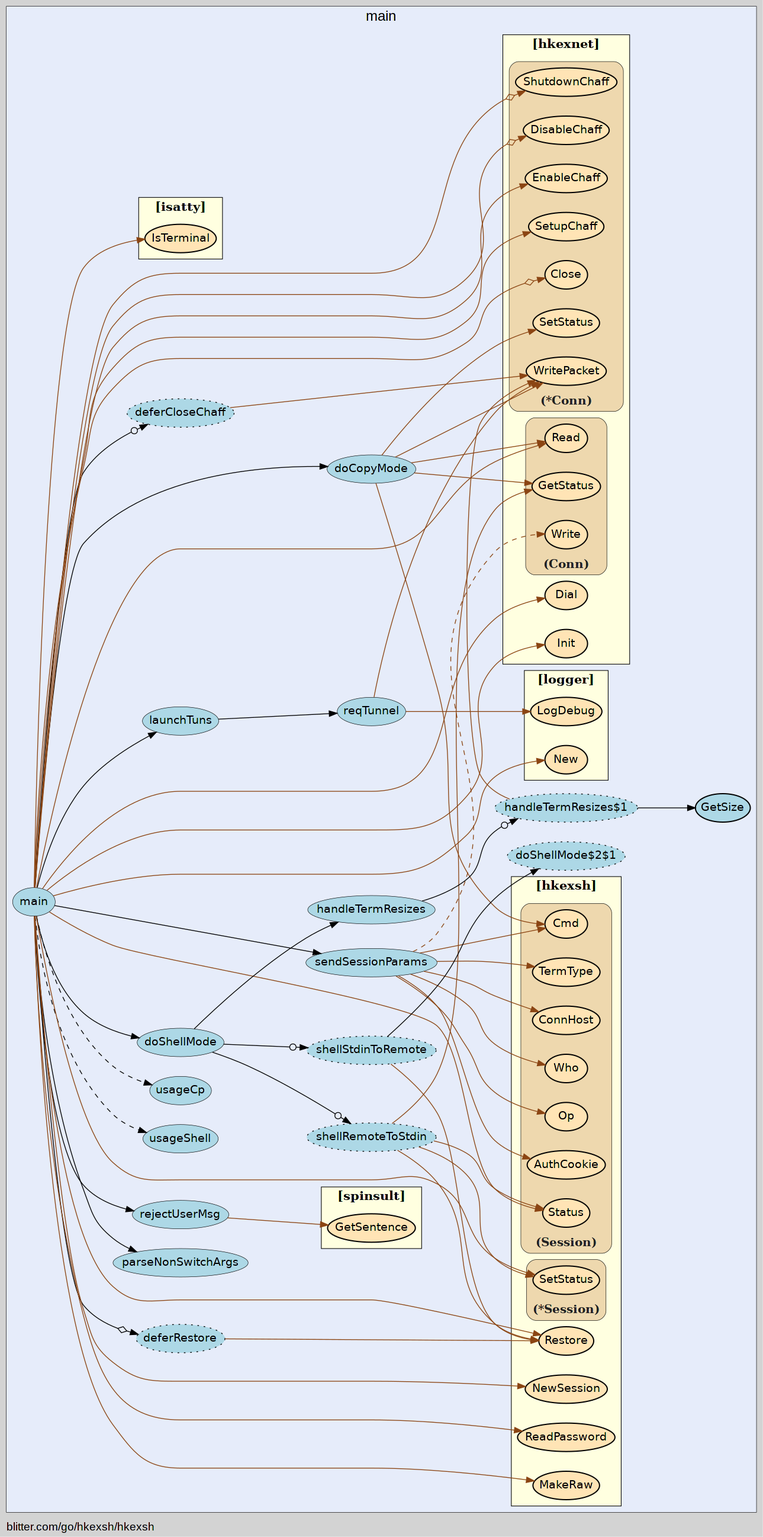
Above: hkexsh/hkexsh-vis.gv.png in isgasho/xs (Graphviz), before the change. Its source is kept beside it as hkexsh/hkexsh-vis.gv.
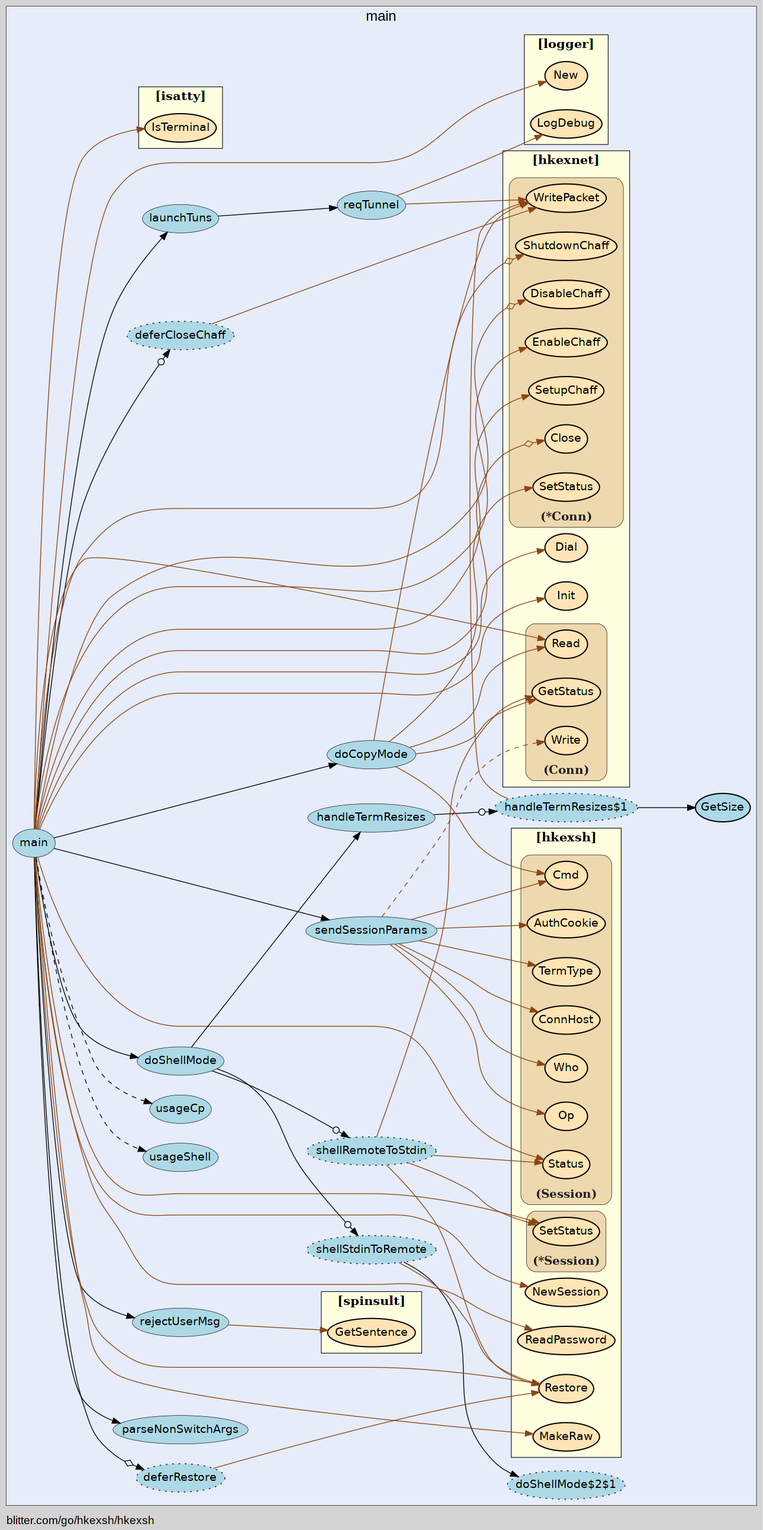
The same diagram one commit later.

Commit message:
Fixed mis-named goroutine in doShellMode

Diff of the diagram source:
```diff
@@ -16,25 +16,25 @@
     subgraph "cluster_focus" {
-        bgcolor="#e6ecfa";
+        labeljust="c";
+fontsize="18";
+bgcolor="#e6ecfa";
 label="main";
 labelloc="t";
-labeljust="c";
-fontsize="18";
 
+        "blitter.com/go/hkexsh/hkexsh.doShellMode$2" [ style="dotted,filled" fillcolor="lightblue" label="shellStdinToRemote" ]
+        "blitter.com/go/hkexsh/hkexsh.doShellMode$2$1" [ fillcolor="lightblue" label="doShellMode$2$1" style="dotted,filled" ]
+        "blitter.com/go/hkexsh/hkexsh.main$2" [ fillcolor="lightblue" label="deferCloseChaff" style="dotted,filled" ]
+        "blitter.com/go/hkexsh/hkexsh.main" [ fillcolor="lightblue" label="main" penwidth="0.5" ]
+        "blitter.com/go/hkexsh/hkexsh.parseNonSwitchArgs" [ fillcolor="lightblue" label="parseNonSwitchArgs" penwidth="0.5" ]
+        "blitter.com/go/hkexsh/hkexsh.main$1" [ style="dotted,filled" fillcolor="lightblue" label="deferRestore" ]
+        "blitter.com/go/hkexsh/hkexsh.sendSessionParams" [ fillcolor="lightblue" label="sendSessionParams" penwidth="0.5" ]
+        "blitter.com/go/hkexsh/hkexsh.rejectUserMsg" [ label="rejectUserMsg" penwidth="0.5" fillcolor="lightblue" ]
         "blitter.com/go/hkexsh/hkexsh.reqTunnel" [ fillcolor="lightblue" label="reqTunnel" penwidth="0.5" ]
-        "blitter.com/go/hkexsh/hkexsh.launchTuns" [ fillcolor="lightblue" label="launchTuns" penwidth="0.5" ]
-        "blitter.com/go/hkexsh/hkexsh.sendSessionParams" [ label="sendSessionParams" penwidth="0.5" fillcolor="lightblue" ]
-        "blitter.com/go/hkexsh/hkexsh.main$1" [ label="deferRestore" style="dotted,filled" fillcolor="lightblue" ]
-        "blitter.com/go/hkexsh/hkexsh.main$2" [ label="deferCloseChaff" style="dotted,filled" fillcolor="lightblue" ]
-        "blitter.com/go/hkexsh/hkexsh.doCopyMode" [ fillcolor="lightblue" label="doCopyMode" penwidth="0.5" ]
-        "blitter.com/go/hkexsh/hkexsh.main" [ label="main" penwidth="0.5" fillcolor="lightblue" ]
-        "blitter.com/go/hkexsh/hkexsh.parseNonSwitchArgs" [ fillcolor="lightblue" label="parseNonSwitchArgs" penwidth="0.5" ]
-        "blitter.com/go/hkexsh/hkexsh.rejectUserMsg" [ penwidth="0.5" fillcolor="lightblue" label="rejectUserMsg" ]
-        "blitter.com/go/hkexsh/hkexsh.doShellMode$1" [ fillcolor="lightblue" label="shellRemoteToStdin" style="dotted,filled" ]
+        "blitter.com/go/hkexsh/hkexsh.launchTuns" [ penwidth="0.5" fillcolor="lightblue" label="launchTuns" ]
+        "blitter.com/go/hkexsh/hkexsh.doShellMode$1" [ style="dotted,filled" fillcolor="lightblue" label="shellRemoteToStdin" ]
         "blitter.com/go/hkexsh/hkexsh.doShellMode" [ penwidth="0.5" fillcolor="lightblue" label="doShellMode" ]
-        "blitter.com/go/hkexsh/hkexsh.handleTermResizes$1" [ label="handleTermResizes$1" style="dotted,filled" fillcolor="lightblue" ]
+        "blitter.com/go/hkexsh/hkexsh.handleTermResizes$1" [ fillcolor="lightblue" label="handleTermResizes$1" style="dotted,filled" ]
         "blitter.com/go/hkexsh/hkexsh.GetSize" [ fillcolor="lightblue" label="GetSize" penwidth="1.5" ]
         "blitter.com/go/hkexsh/hkexsh.handleTermResizes" [ fillcolor="lightblue" label="handleTermResizes" penwidth="0.5" ]
-        "blitter.com/go/hkexsh/hkexsh.doShellMode$2" [ fillcolor="lightblue" label="shellStdinToRemote" style="dotted,filled" ]
-        "blitter.com/go/hkexsh/hkexsh.doShellMode$2$1" [ style="dotted,filled" fillcolor="lightblue" label="doShellMode$2$1" ]
-        "blitter.com/go/hkexsh/hkexsh.usageShell" [ label="usageShell" penwidth="0.5" fillcolor="lightblue" ]
+        "blitter.com/go/hkexsh/hkexsh.doCopyMode" [ fillcolor="lightblue" label="doCopyMode" penwidth="0.5" ]
+        "blitter.com/go/hkexsh/hkexsh.usageShell" [ fillcolor="lightblue" label="usageShell" penwidth="0.5" ]
         "blitter.com/go/hkexsh/hkexsh.usageCp" [ fillcolor="lightblue" label="usageCp" penwidth="0.5" ]
@@ -43,4 +43,4 @@
         URL="/?f=blitter.com/go/hkexsh";
-tooltip="package: blitter.com/go/hkexsh";
-fontsize="16";
+rank="sink";
+label="[hkexsh]";
 style="filled";
@@ -48,8 +48,8 @@
 fontname="bold";
+tooltip="package: blitter.com/go/hkexsh";
 penwidth="0.8";
-rank="sink";
-label="[hkexsh]";
+fontsize="16";
 
-        "blitter.com/go/hkexsh.Restore" [ fillcolor="moccasin" label="Restore" penwidth="1.5" ]
-        "blitter.com/go/hkexsh.MakeRaw" [ label="MakeRaw" penwidth="1.5" fillcolor="moccasin" ]
+        "blitter.com/go/hkexsh.Restore" [ label="Restore" penwidth="1.5" fillcolor="moccasin" ]
+        "blitter.com/go/hkexsh.MakeRaw" [ fillcolor="moccasin" label="MakeRaw" penwidth="1.5" ]
         "blitter.com/go/hkexsh.ReadPassword" [ fillcolor="moccasin" label="ReadPassword" penwidth="1.5" ]
@@ -58,4 +58,3 @@
         subgraph "cluster_*blitter.com/go/hkexsh.Session" {
-        fontcolor="#222222";
-labelloc="b";
+        labelloc="b";
 style="rounded,filled";
@@ -66,2 +65,3 @@
 fontsize="15";
+fontcolor="#222222";
 
@@ -72,4 +72,40 @@
         subgraph "cluster_blitter.com/go/hkexsh.Session" {
-        label="(Session)";
+        labelloc="b";
+style="rounded,filled";
+fillcolor="wheat2";
+label="(Session)";
 tooltip="type: blitter.com/go/hkexsh.Session";
+penwidth="0.5";
+fontsize="15";
+fontcolor="#222222";
+
+        "(blitter.com/go/hkexsh.Session).Op" [ fillcolor="moccasin" label="Op" penwidth="1.5" ]
+        "(blitter.com/go/hkexsh.Session).Who" [ fillcolor="moccasin" label="Who" penwidth="1.5" ]
+        "(blitter.com/go/hkexsh.Session).ConnHost" [ fillcolor="moccasin" label="ConnHost" penwidth="1.5" ]
+        "(blitter.com/go/hkexsh.Session).TermType" [ fillcolor="moccasin" label="TermType" penwidth="1.5" ]
+        "(blitter.com/go/hkexsh.Session).Cmd" [ fillcolor="moccasin" label="Cmd" penwidth="1.5" ]
+        "(blitter.com/go/hkexsh.Session).AuthCookie" [ penwidth="1.5" fillcolor="moccasin" label="AuthCookie" ]
+        "(blitter.com/go/hkexsh.Session).Status" [ fillcolor="moccasin" label="Status" penwidth="1.5" ]
+
+    }
+
+    }
+
+        subgraph "cluster_blitter.com/go/hkexsh/hkexnet" {
+        penwidth="0.8";
+fontsize="16";
+rank="sink";
+tooltip="package: blitter.com/go/hkexsh/hkexnet";
+style="filled";
+fillcolor="lightyellow";
+fontname="bold";
+label="[hkexnet]";
+URL="/?f=blitter.com/go/hkexsh/hkexnet";
+
+        "blitter.com/go/hkexsh/hkexnet.Init" [ fillcolor="moccasin" label="Init" penwidth="1.5" ]
+        "blitter.com/go/hkexsh/hkexnet.Dial" [ fillcolor="moccasin" label="Dial" penwidth="1.5" ]
+
+        subgraph "cluster_*blitter.com/go/hkexsh/hkexnet.Conn" {
+        label="(*Conn)";
+tooltip="type: *blitter.com/go/hkexsh/hkexnet.Conn";
 penwidth="0.5";
@@ -81,9 +117,9 @@
 
-        "(blitter.com/go/hkexsh.Session).Op" [ fillcolor="moccasin" label="Op" penwidth="1.5" ]
-        "(blitter.com/go/hkexsh.Session).Who" [ fillcolor="moccasin" label="Who" penwidth="1.5" ]
-        "(blitter.com/go/hkexsh.Session).ConnHost" [ fillcolor="moccasin" label="ConnHost" penwidth="1.5" ]
-        "(blitter.com/go/hkexsh.Session).TermType" [ fillcolor="moccasin" label="TermType" penwidth="1.5" ]
-        "(blitter.com/go/hkexsh.Session).Cmd" [ fillcolor="moccasin" label="Cmd" penwidth="1.5" ]
-        "(blitter.com/go/hkexsh.Session).AuthCookie" [ label="AuthCookie" penwidth="1.5" fillcolor="moccasin" ]
-        "(blitter.com/go/hkexsh.Session).Status" [ fillcolor="moccasin" label="Status" penwidth="1.5" ]
+        "(*blitter.com/go/hkexsh/hkexnet.Conn).WritePacket" [ fillcolor="moccasin" label="WritePacket" penwidth="1.5" ]
+        "(*blitter.com/go/hkexsh/hkexnet.Conn).Close" [ fillcolor="moccasin" label="Close" penwidth="1.5" ]
+        "(*blitter.com/go/hkexsh/hkexnet.Conn).SetupChaff" [ fillcolor="moccasin" label="SetupChaff" penwidth="1.5" ]
+        "(*blitter.com/go/hkexsh/hkexnet.Conn).EnableChaff" [ label="EnableChaff" penwidth="1.5" fillcolor="moccasin" ]
+        "(*blitter.com/go/hkexsh/hkexnet.Conn).DisableChaff" [ label="DisableChaff" penwidth="1.5" fillcolor="moccasin" ]
+        "(*blitter.com/go/hkexsh/hkexnet.Conn).ShutdownChaff" [ fillcolor="moccasin" label="ShutdownChaff" penwidth="1.5" ]
+        "(*blitter.com/go/hkexsh/hkexnet.Conn).SetStatus" [ fillcolor="moccasin" label="SetStatus" penwidth="1.5" ]
 
@@ -91,22 +127,4 @@
 
-    }
-
-        subgraph "cluster_blitter.com/go/hkexsh/hkexnet" {
-        fontsize="16";
-style="filled";
-fillcolor="lightyellow";
-rank="sink";
-label="[hkexnet]";
-tooltip="package: blitter.com/go/hkexsh/hkexnet";
-penwidth="0.8";
-fontname="bold";
-URL="/?f=blitter.com/go/hkexsh/hkexnet";
-
-        "blitter.com/go/hkexsh/hkexnet.Init" [ fillcolor="moccasin" label="Init" penwidth="1.5" ]
-        "blitter.com/go/hkexsh/hkexnet.Dial" [ fillcolor="moccasin" label="Dial" penwidth="1.5" ]
-
-        subgraph "cluster_*blitter.com/go/hkexsh/hkexnet.Conn" {
-        tooltip="type: *blitter.com/go/hkexsh/hkexnet.Conn";
-penwidth="0.5";
-fontsize="15";
+        subgraph "cluster_blitter.com/go/hkexsh/hkexnet.Conn" {
+        fontsize="15";
 fontcolor="#222222";
@@ -115,26 +133,8 @@
 fillcolor="wheat2";
-label="(*Conn)";
-
-        "(*blitter.com/go/hkexsh/hkexnet.Conn).WritePacket" [ fillcolor="moccasin" label="WritePacket" penwidth="1.5" ]
-        "(*blitter.com/go/hkexsh/hkexnet.Conn).SetStatus" [ label="SetStatus" penwidth="1.5" fillcolor="moccasin" ]
-        "(*blitter.com/go/hkexsh/hkexnet.Conn).Close" [ fillcolor="moccasin" label="Close" penwidth="1.5" ]
-        "(*blitter.com/go/hkexsh/hkexnet.Conn).SetupChaff" [ fillcolor="moccasin" label="SetupChaff" penwidth="1.5" ]
-        "(*blitter.com/go/hkexsh/hkexnet.Conn).EnableChaff" [ fillcolor="moccasin" label="EnableChaff" penwidth="1.5" ]
-        "(*blitter.com/go/hkexsh/hkexnet.Conn).DisableChaff" [ fillcolor="moccasin" label="DisableChaff" penwidth="1.5" ]
-        "(*blitter.com/go/hkexsh/hkexnet.Conn).ShutdownChaff" [ penwidth="1.5" fillcolor="moccasin" label="ShutdownChaff" ]
-
-    }
-
-        subgraph "cluster_blitter.com/go/hkexsh/hkexnet.Conn" {
-        label="(Conn)";
+label="(Conn)";
 tooltip="type: blitter.com/go/hkexsh/hkexnet.Conn";
 penwidth="0.5";
-fontsize="15";
-fontcolor="#222222";
-labelloc="b";
-style="rounded,filled";
-fillcolor="wheat2";
 
-        "(blitter.com/go/hkexsh/hkexnet.Conn).Write" [ label="Write" penwidth="1.5" fillcolor="moccasin" ]
-        "(blitter.com/go/hkexsh/hkexnet.Conn).Read" [ penwidth="1.5" fillcolor="moccasin" label="Read" ]
+        "(blitter.com/go/hkexsh/hkexnet.Conn).Write" [ penwidth="1.5" fillcolor="moccasin" label="Write" ]
+        "(blitter.com/go/hkexsh/hkexnet.Conn).Read" [ fillcolor="moccasin" label="Read" penwidth="1.5" ]
         "(blitter.com/go/hkexsh/hkexnet.Conn).GetStatus" [ fillcolor="moccasin" label="GetStatus" penwidth="1.5" ]
@@ -146,3 +146,6 @@
         subgraph "cluster_blitter.com/go/hkexsh/logger" {
-        penwidth="0.8";
+        rank="sink";
+URL="/?f=blitter.com/go/hkexsh/logger";
+tooltip="package: blitter.com/go/hkexsh/logger";
+penwidth="0.8";
 fontsize="16";
@@ -152,8 +155,5 @@
 label="[logger]";
-tooltip="package: blitter.com/go/hkexsh/logger";
-rank="sink";
-URL="/?f=blitter.com/go/hkexsh/logger";
 
-        "blitter.com/go/hkexsh/logger.LogDebug" [ penwidth="1.5" fillcolor="moccasin" label="LogDebug" ]
-        "blitter.com/go/hkexsh/logger.New" [ fillcolor="moccasin" label="New" penwidth="1.5" ]
+        "blitter.com/go/hkexsh/logger.New" [ penwidth="1.5" fillcolor="moccasin" label="New" ]
+        "blitter.com/go/hkexsh/logger.LogDebug" [ fillcolor="moccasin" label="LogDebug" penwidth="1.5" ]
 
@@ -162,11 +162,11 @@
         subgraph "cluster_blitter.com/go/hkexsh/spinsult" {
-        fontname="bold";
+        fillcolor="lightyellow";
+fontname="bold";
 label="[spinsult]";
-URL="/?f=blitter.com/go/hkexsh/spinsult";
-fontsize="16";
-fillcolor="lightyellow";
-rank="sink";
 tooltip="package: blitter.com/go/hkexsh/spinsult";
 penwidth="0.8";
+fontsize="16";
 style="filled";
+rank="sink";
+URL="/?f=blitter.com/go/hkexsh/spinsult";
 
@@ -177,6 +177,5 @@
         subgraph "cluster_github.com/mattn/go-isatty" {
-        style="filled";
+        penwidth="0.8";
+style="filled";
 fillcolor="lightyellow";
-rank="sink";
-URL="/?f=github.com/mattn/go-isatty";
 tooltip="package: github.com/mattn/go-isatty";
@@ -184,4 +183,5 @@
 fontname="bold";
+rank="sink";
 label="[isatty]";
-penwidth="0.8";
+URL="/?f=github.com/mattn/go-isatty";
 
@@ -193,5 +193,16 @@
 
-    "blitter.com/go/hkexsh/hkexsh.reqTunnel" -> "blitter.com/go/hkexsh/logger.LogDebug" [ color="saddlebrown" ]
-    "blitter.com/go/hkexsh/hkexsh.reqTunnel" -> "(*blitter.com/go/hkexsh/hkexnet.Conn).WritePacket" [ color="saddlebrown" ]
-    "blitter.com/go/hkexsh/hkexsh.launchTuns" -> "blitter.com/go/hkexsh/hkexsh.reqTunnel" [  ]
+    "blitter.com/go/hkexsh/hkexsh.doShellMode$2" -> "blitter.com/go/hkexsh/hkexsh.doShellMode$2$1" [  ]
+    "blitter.com/go/hkexsh/hkexsh.doShellMode$2" -> "blitter.com/go/hkexsh.Restore" [ color="saddlebrown" ]
+    "blitter.com/go/hkexsh/hkexsh.main$2" -> "(*blitter.com/go/hkexsh/hkexnet.Conn).WritePacket" [ color="saddlebrown" ]
+    "blitter.com/go/hkexsh/hkexsh.main" -> "blitter.com/go/hkexsh/hkexsh.parseNonSwitchArgs" [  ]
+    "blitter.com/go/hkexsh/hkexsh.main" -> "blitter.com/go/hkexsh/logger.New" [ color="saddlebrown" ]
+    "blitter.com/go/hkexsh/hkexsh.main" -> "blitter.com/go/hkexsh/hkexnet.Init" [ color="saddlebrown" ]
+    "blitter.com/go/hkexsh/hkexsh.main" -> "blitter.com/go/hkexsh/hkexnet.Dial" [ color="saddlebrown" ]
+    "blitter.com/go/hkexsh/hkexsh.main" -> "(*blitter.com/go/hkexsh/hkexnet.Conn).Close" [ color="saddlebrown" arrowhead="normalnoneodiamond" ]
+    "blitter.com/go/hkexsh/hkexsh.main" -> "github.com/mattn/go-isatty.IsTerminal" [ color="saddlebrown" ]
+    "blitter.com/go/hkexsh/hkexsh.main" -> "blitter.com/go/hkexsh.MakeRaw" [ color="saddlebrown" ]
+    "blitter.com/go/hkexsh/hkexsh.main$1" -> "blitter.com/go/hkexsh.Restore" [ color="saddlebrown" ]
+    "blitter.com/go/hkexsh/hkexsh.main" -> "blitter.com/go/hkexsh/hkexsh.main$1" [ arrowhead="normalnoneodiamond" ]
+    "blitter.com/go/hkexsh/hkexsh.main" -> "blitter.com/go/hkexsh.ReadPassword" [ color="saddlebrown" ]
+    "blitter.com/go/hkexsh/hkexsh.main" -> "blitter.com/go/hkexsh.NewSession" [ color="saddlebrown" ]
     "blitter.com/go/hkexsh/hkexsh.sendSessionParams" -> "(blitter.com/go/hkexsh.Session).Op" [ color="saddlebrown" ]
@@ -203,19 +214,2 @@
     "blitter.com/go/hkexsh/hkexsh.sendSessionParams" -> "(blitter.com/go/hkexsh/hkexnet.Conn).Write" [ style="dashed" color="saddlebrown" ]
-    "blitter.com/go/hkexsh/hkexsh.main$1" -> "blitter.com/go/hkexsh.Restore" [ color="saddlebrown" ]
-    "blitter.com/go/hkexsh/hkexsh.main$2" -> "(*blitter.com/go/hkexsh/hkexnet.Conn).WritePacket" [ color="saddlebrown" ]
-    "blitter.com/go/hkexsh/hkexsh.doCopyMode" -> "(blitter.com/go/hkexsh.Session).Cmd" [ color="saddlebrown" ]
-    "blitter.com/go/hkexsh/hkexsh.doCopyMode" -> "(*blitter.com/go/hkexsh/hkexnet.Conn).WritePacket" [ color="saddlebrown" ]
-    "blitter.com/go/hkexsh/hkexsh.doCopyMode" -> "(blitter.com/go/hkexsh/hkexnet.Conn).Read" [ color="saddlebrown" ]
-    "blitter.com/go/hkexsh/hkexsh.doCopyMode" -> "(*blitter.com/go/hkexsh/hkexnet.Conn).SetStatus" [ color="saddlebrown" ]
-    "blitter.com/go/hkexsh/hkexsh.doCopyMode" -> "(blitter.com/go/hkexsh/hkexnet.Conn).GetStatus" [ color="saddlebrown" ]
-    "blitter.com/go/hkexsh/hkexsh.main" -> "blitter.com/go/hkexsh/hkexsh.parseNonSwitchArgs" [  ]
-    "blitter.com/go/hkexsh/hkexsh.main" -> "blitter.com/go/hkexsh/logger.New" [ color="saddlebrown" ]
-    "blitter.com/go/hkexsh/hkexsh.main" -> "blitter.com/go/hkexsh/hkexnet.Init" [ color="saddlebrown" ]
-    "blitter.com/go/hkexsh/hkexsh.main" -> "blitter.com/go/hkexsh/hkexnet.Dial" [ color="saddlebrown" ]
-    "blitter.com/go/hkexsh/hkexsh.main" -> "(*blitter.com/go/hkexsh/hkexnet.Conn).Close" [ color="saddlebrown" arrowhead="normalnoneodiamond" ]
-    "blitter.com/go/hkexsh/hkexsh.main" -> "github.com/mattn/go-isatty.IsTerminal" [ color="saddlebrown" ]
-    "blitter.com/go/hkexsh/hkexsh.main" -> "blitter.com/go/hkexsh.MakeRaw" [ color="saddlebrown" ]
-    "blitter.com/go/hkexsh/hkexsh.main" -> "blitter.com/go/hkexsh/hkexsh.main$1" [ arrowhead="normalnoneodiamond" ]
-    "blitter.com/go/hkexsh/hkexsh.main" -> "blitter.com/go/hkexsh.ReadPassword" [ color="saddlebrown" ]
-    "blitter.com/go/hkexsh/hkexsh.main" -> "blitter.com/go/hkexsh.NewSession" [ color="saddlebrown" ]
     "blitter.com/go/hkexsh/hkexsh.main" -> "blitter.com/go/hkexsh/hkexsh.sendSessionParams" [  ]
@@ -227,5 +221,8 @@
     "blitter.com/go/hkexsh/hkexsh.main" -> "(*blitter.com/go/hkexsh/hkexnet.Conn).EnableChaff" [ color="saddlebrown" ]
-    "blitter.com/go/hkexsh/hkexsh.main" -> "(*blitter.com/go/hkexsh/hkexnet.Conn).DisableChaff" [ arrowhead="normalnoneodiamond" color="saddlebrown" ]
+    "blitter.com/go/hkexsh/hkexsh.main" -> "(*blitter.com/go/hkexsh/hkexnet.Conn).DisableChaff" [ color="saddlebrown" arrowhead="normalnoneodiamond" ]
     "blitter.com/go/hkexsh/hkexsh.main" -> "(*blitter.com/go/hkexsh/hkexnet.Conn).ShutdownChaff" [ arrowhead="normalnoneodiamond" color="saddlebrown" ]
     "blitter.com/go/hkexsh/hkexsh.main" -> "blitter.com/go/hkexsh/hkexsh.main$2" [ arrowhead="normalnoneodot" ]
+    "blitter.com/go/hkexsh/hkexsh.reqTunnel" -> "blitter.com/go/hkexsh/logger.LogDebug" [ color="saddlebrown" ]
+    "blitter.com/go/hkexsh/hkexsh.reqTunnel" -> "(*blitter.com/go/hkexsh/hkexnet.Conn).WritePacket" [ color="saddlebrown" ]
+    "blitter.com/go/hkexsh/hkexsh.launchTuns" -> "blitter.com/go/hkexsh/hkexsh.reqTunnel" [  ]
     "blitter.com/go/hkexsh/hkexsh.main" -> "blitter.com/go/hkexsh/hkexsh.launchTuns" [  ]
@@ -240,4 +237,2 @@
     "blitter.com/go/hkexsh/hkexsh.doShellMode" -> "blitter.com/go/hkexsh/hkexsh.handleTermResizes" [  ]
-    "blitter.com/go/hkexsh/hkexsh.doShellMode$2" -> "blitter.com/go/hkexsh/hkexsh.doShellMode$2$1" [  ]
-    "blitter.com/go/hkexsh/hkexsh.doShellMode$2" -> "blitter.com/go/hkexsh.Restore" [ color="saddlebrown" ]
     "blitter.com/go/hkexsh/hkexsh.doShellMode" -> "blitter.com/go/hkexsh/hkexsh.doShellMode$2" [ arrowhead="normalnoneodot" ]
@@ -245,2 +240,7 @@
     "blitter.com/go/hkexsh/hkexsh.main" -> "(blitter.com/go/hkexsh.Session).Status" [ color="saddlebrown" ]
+    "blitter.com/go/hkexsh/hkexsh.doCopyMode" -> "(blitter.com/go/hkexsh.Session).Cmd" [ color="saddlebrown" ]
+    "blitter.com/go/hkexsh/hkexsh.doCopyMode" -> "(*blitter.com/go/hkexsh/hkexnet.Conn).WritePacket" [ color="saddlebrown" ]
+    "blitter.com/go/hkexsh/hkexsh.doCopyMode" -> "(blitter.com/go/hkexsh/hkexnet.Conn).Read" [ color="saddlebrown" ]
+    "blitter.com/go/hkexsh/hkexsh.doCopyMode" -> "(*blitter.com/go/hkexsh/hkexnet.Conn).SetStatus" [ color="saddlebrown" ]
+    "blitter.com/go/hkexsh/hkexsh.doCopyMode" -> "(blitter.com/go/hkexsh/hkexnet.Conn).GetStatus" [ color="saddlebrown" ]
     "blitter.com/go/hkexsh/hkexsh.main" -> "blitter.com/go/hkexsh/hkexsh.doCopyMode" [  ]
```
